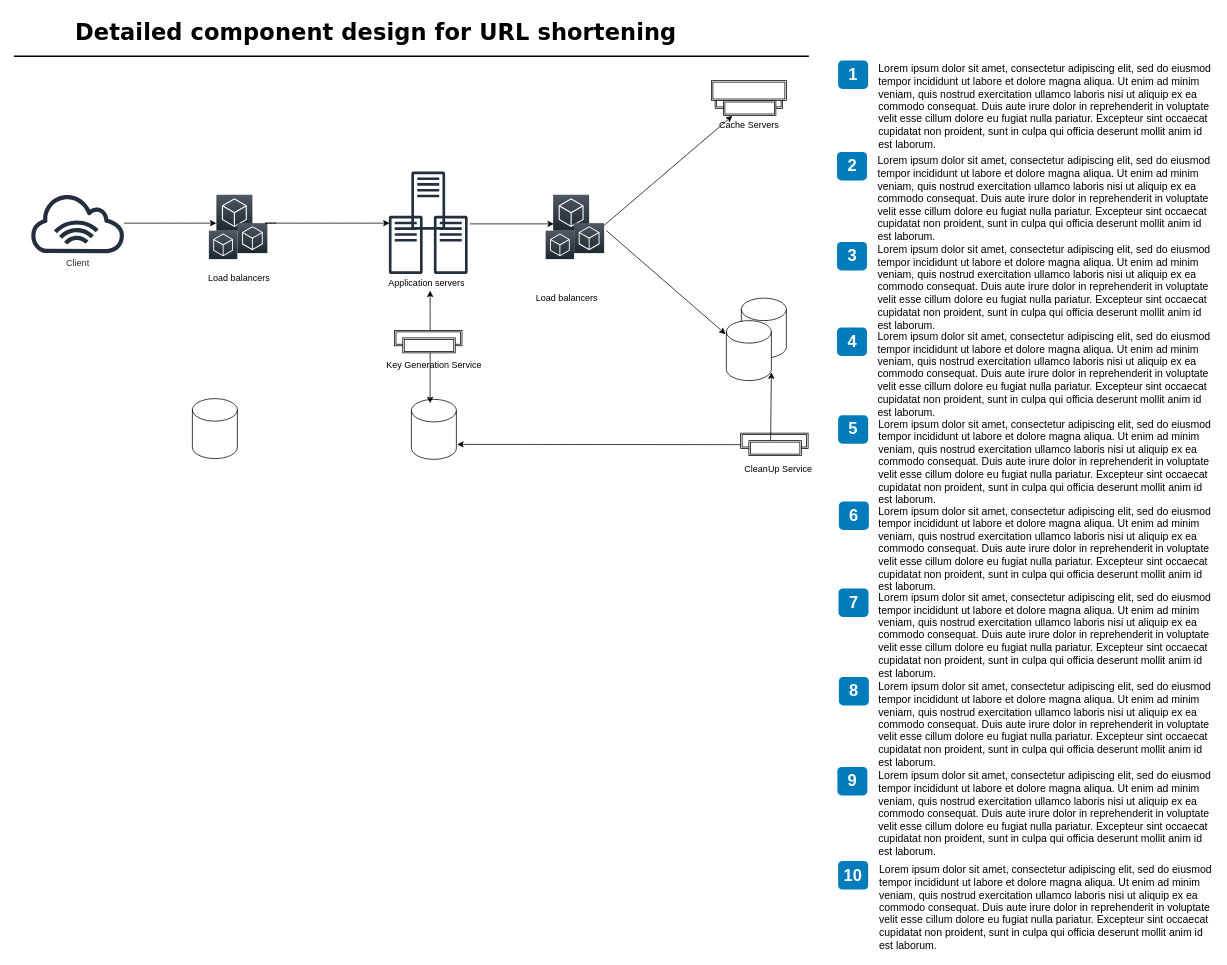
Above: Detailed component design for URL shortening.drawio in PankajSAgarwal/System-Design (draw.io), before the change. Source tidied: cells renumbered, new cells numbered last; positions are measured from the earlier drawing's top-left corner, leaving out a move shared by most shapes. Both pictures are drawn from the tidied source at 75%, with x=0, y=0 at pixel (14, 13).
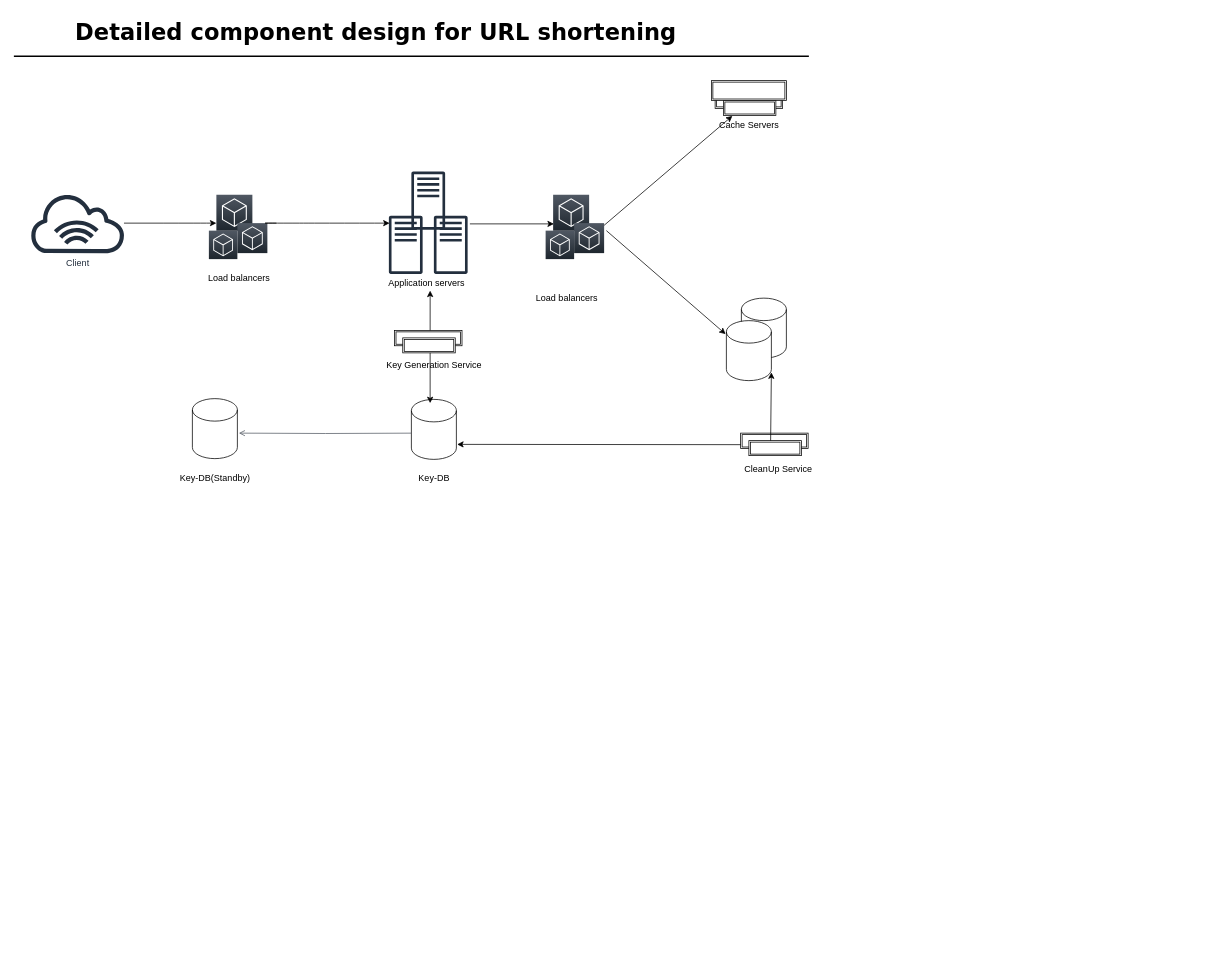
After the change.

Unchanged cells that the change refers to:
```xml
<mxCell id="34" style="shape=cylinder2;whiteSpace=wrap;html=1;boundedLbl=1;backgroundOutline=1;size=15;" parent="1" vertex="1">
  <mxGeometry x="530" y="515" width="60" height="80" as="geometry" />
</mxCell>
```

The edit, as a diff of the source:
```diff
@@
-    <mxCell id="4" value="1" style="rounded=1;whiteSpace=wrap;html=1;fillColor=#007CBD;strokeColor=none;fontColor=#FFFFFF;fontStyle=1;fontSize=22;labelBackgroundColor=none;" parent="1" vertex="1">
-      <mxGeometry x="1099" y="63" width="40" height="38" as="geometry" />
-    </mxCell>
-    <mxCell id="5" value="2" style="rounded=1;whiteSpace=wrap;html=1;fillColor=#007CBD;strokeColor=none;fontColor=#FFFFFF;fontStyle=1;fontSize=22;labelBackgroundColor=none;" parent="1" vertex="1">
-      <mxGeometry x="1097.5" y="185" width="40" height="38" as="geometry" />
-    </mxCell>
-    <mxCell id="6" value="3" style="rounded=1;whiteSpace=wrap;html=1;fillColor=#007CBD;strokeColor=none;fontColor=#FFFFFF;fontStyle=1;fontSize=22;labelBackgroundColor=none;" parent="1" vertex="1">
-      <mxGeometry x="1097.5" y="305" width="40" height="38" as="geometry" />
-    </mxCell>
-    <mxCell id="7" value="4" style="rounded=1;whiteSpace=wrap;html=1;fillColor=#007CBD;strokeColor=none;fontColor=#FFFFFF;fontStyle=1;fontSize=22;labelBackgroundColor=none;" parent="1" vertex="1">
-      <mxGeometry x="1097.5" y="419" width="40" height="38" as="geometry" />
-    </mxCell>
-    <mxCell id="8" value="5" style="rounded=1;whiteSpace=wrap;html=1;fillColor=#007CBD;strokeColor=none;fontColor=#FFFFFF;fontStyle=1;fontSize=22;labelBackgroundColor=none;" parent="1" vertex="1">
-      <mxGeometry x="1099" y="536" width="40" height="38" as="geometry" />
-    </mxCell>
-    <mxCell id="9" value="6" style="rounded=1;whiteSpace=wrap;html=1;fillColor=#007CBD;strokeColor=none;fontColor=#FFFFFF;fontStyle=1;fontSize=22;labelBackgroundColor=none;" parent="1" vertex="1">
-      <mxGeometry x="1100" y="651" width="40" height="38" as="geometry" />
-    </mxCell>
-    <mxCell id="10" value="7" style="rounded=1;whiteSpace=wrap;html=1;fillColor=#007CBD;strokeColor=none;fontColor=#FFFFFF;fontStyle=1;fontSize=22;labelBackgroundColor=none;" parent="1" vertex="1">
-      <mxGeometry x="1099.5" y="767" width="40" height="38" as="geometry" />
-    </mxCell>
-    <mxCell id="11" value="8" style="rounded=1;whiteSpace=wrap;html=1;fillColor=#007CBD;strokeColor=none;fontColor=#FFFFFF;fontStyle=1;fontSize=22;labelBackgroundColor=none;" parent="1" vertex="1">
-      <mxGeometry x="1100" y="885" width="40" height="38" as="geometry" />
-    </mxCell>
-    <mxCell id="12" value="9" style="rounded=1;whiteSpace=wrap;html=1;fillColor=#007CBD;strokeColor=none;fontColor=#FFFFFF;fontStyle=1;fontSize=22;labelBackgroundColor=none;" parent="1" vertex="1">
-      <mxGeometry x="1098" y="1005" width="40" height="38" as="geometry" />
-    </mxCell>
-    <mxCell id="13" value="&lt;span&gt;Lorem ipsum dolor sit amet, consectetur adipiscing elit, sed do eiusmod tempor incididunt ut labore et dolore magna aliqua. Ut enim ad minim veniam, quis nostrud exercitation ullamco laboris nisi ut aliquip ex ea commodo consequat. Duis aute irure dolor in reprehenderit in voluptate velit esse cillum dolore eu fugiat nulla pariatur. Excepteur sint occaecat cupidatat non proident, sunt in culpa qui officia deserunt mollit anim id est laborum.&lt;/span&gt;&lt;br&gt;" style="text;html=1;align=left;verticalAlign=top;spacingTop=-4;fontSize=14;labelBackgroundColor=none;whiteSpace=wrap;" parent="1" vertex="1">
-      <mxGeometry x="1150.5" y="62.5" width="449" height="118" as="geometry" />
-    </mxCell>
-    <mxCell id="14" value="&lt;span&gt;Lorem ipsum dolor sit amet, consectetur adipiscing elit, sed do eiusmod tempor incididunt ut labore et dolore magna aliqua. Ut enim ad minim veniam, quis nostrud exercitation ullamco laboris nisi ut aliquip ex ea commodo consequat. Duis aute irure dolor in reprehenderit in voluptate velit esse cillum dolore eu fugiat nulla pariatur. Excepteur sint occaecat cupidatat non proident, sunt in culpa qui officia deserunt mollit anim id est laborum.&lt;/span&gt;&lt;br&gt;" style="text;html=1;align=left;verticalAlign=top;spacingTop=-4;fontSize=14;labelBackgroundColor=none;whiteSpace=wrap;" parent="1" vertex="1">
-      <mxGeometry x="1149.5" y="185.5" width="450" height="115" as="geometry" />
-    </mxCell>
-    <mxCell id="15" value="&lt;span&gt;Lorem ipsum dolor sit amet, consectetur adipiscing elit, sed do eiusmod tempor incididunt ut labore et dolore magna aliqua. Ut enim ad minim veniam, quis nostrud exercitation ullamco laboris nisi ut aliquip ex ea commodo consequat. Duis aute irure dolor in reprehenderit in voluptate velit esse cillum dolore eu fugiat nulla pariatur. Excepteur sint occaecat cupidatat non proident, sunt in culpa qui officia deserunt mollit anim id est laborum.&lt;/span&gt;&lt;br&gt;" style="text;html=1;align=left;verticalAlign=top;spacingTop=-4;fontSize=14;labelBackgroundColor=none;whiteSpace=wrap;" parent="1" vertex="1">
-      <mxGeometry x="1149.5" y="303.5" width="450" height="117" as="geometry" />
-    </mxCell>
-    <mxCell id="16" value="&lt;span&gt;Lorem ipsum dolor sit amet, consectetur adipiscing elit, sed do eiusmod tempor incididunt ut labore et dolore magna aliqua. Ut enim ad minim veniam, quis nostrud exercitation ullamco laboris nisi ut aliquip ex ea commodo consequat. Duis aute irure dolor in reprehenderit in voluptate velit esse cillum dolore eu fugiat nulla pariatur. Excepteur sint occaecat cupidatat non proident, sunt in culpa qui officia deserunt mollit anim id est laborum.&lt;/span&gt;&lt;br&gt;" style="text;html=1;align=left;verticalAlign=top;spacingTop=-4;fontSize=14;labelBackgroundColor=none;whiteSpace=wrap;" parent="1" vertex="1">
-      <mxGeometry x="1149.5" y="419.5" width="450" height="121" as="geometry" />
-    </mxCell>
-    <mxCell id="17" value="&lt;span&gt;Lorem ipsum dolor sit amet, consectetur adipiscing elit, sed do eiusmod tempor incididunt ut labore et dolore magna aliqua. Ut enim ad minim veniam, quis nostrud exercitation ullamco laboris nisi ut aliquip ex ea commodo consequat. Duis aute irure dolor in reprehenderit in voluptate velit esse cillum dolore eu fugiat nulla pariatur. Excepteur sint occaecat cupidatat non proident, sunt in culpa qui officia deserunt mollit anim id est laborum.&lt;/span&gt;&lt;br&gt;" style="text;html=1;align=left;verticalAlign=top;spacingTop=-4;fontSize=14;labelBackgroundColor=none;whiteSpace=wrap;" parent="1" vertex="1">
-      <mxGeometry x="1150.5" y="536.5" width="449" height="114" as="geometry" />
-    </mxCell>
-    <mxCell id="18" value="&lt;span&gt;Lorem ipsum dolor sit amet, consectetur adipiscing elit, sed do eiusmod tempor incididunt ut labore et dolore magna aliqua. Ut enim ad minim veniam, quis nostrud exercitation ullamco laboris nisi ut aliquip ex ea commodo consequat. Duis aute irure dolor in reprehenderit in voluptate velit esse cillum dolore eu fugiat nulla pariatur. Excepteur sint occaecat cupidatat non proident, sunt in culpa qui officia deserunt mollit anim id est laborum.&lt;/span&gt;&lt;br&gt;" style="text;html=1;align=left;verticalAlign=top;spacingTop=-4;fontSize=14;labelBackgroundColor=none;whiteSpace=wrap;" parent="1" vertex="1">
-      <mxGeometry x="1150.5" y="652.5" width="450" height="118" as="geometry" />
-    </mxCell>
-    <mxCell id="19" value="&lt;span&gt;Lorem ipsum dolor sit amet, consectetur adipiscing elit, sed do eiusmod tempor incididunt ut labore et dolore magna aliqua. Ut enim ad minim veniam, quis nostrud exercitation ullamco laboris nisi ut aliquip ex ea commodo consequat. Duis aute irure dolor in reprehenderit in voluptate velit esse cillum dolore eu fugiat nulla pariatur. Excepteur sint occaecat cupidatat non proident, sunt in culpa qui officia deserunt mollit anim id est laborum.&lt;/span&gt;&lt;br&gt;" style="text;html=1;align=left;verticalAlign=top;spacingTop=-4;fontSize=14;labelBackgroundColor=none;whiteSpace=wrap;" parent="1" vertex="1">
-      <mxGeometry x="1150.5" y="767.5" width="449" height="113" as="geometry" />
-    </mxCell>
-    <mxCell id="20" value="&lt;span&gt;Lorem ipsum dolor sit amet, consectetur adipiscing elit, sed do eiusmod tempor incididunt ut labore et dolore magna aliqua. Ut enim ad minim veniam, quis nostrud exercitation ullamco laboris nisi ut aliquip ex ea commodo consequat. Duis aute irure dolor in reprehenderit in voluptate velit esse cillum dolore eu fugiat nulla pariatur. Excepteur sint occaecat cupidatat non proident, sunt in culpa qui officia deserunt mollit anim id est laborum.&lt;/span&gt;&lt;br&gt;" style="text;html=1;align=left;verticalAlign=top;spacingTop=-4;fontSize=14;labelBackgroundColor=none;whiteSpace=wrap;" parent="1" vertex="1">
-      <mxGeometry x="1150.5" y="886.5" width="449" height="124" as="geometry" />
-    </mxCell>
-    <mxCell id="21" value="&lt;span&gt;Lorem ipsum dolor sit amet, consectetur adipiscing elit, sed do eiusmod tempor incididunt ut labore et dolore magna aliqua. Ut enim ad minim veniam, quis nostrud exercitation ullamco laboris nisi ut aliquip ex ea commodo consequat. Duis aute irure dolor in reprehenderit in voluptate velit esse cillum dolore eu fugiat nulla pariatur. Excepteur sint occaecat cupidatat non proident, sunt in culpa qui officia deserunt mollit anim id est laborum.&lt;/span&gt;&lt;br&gt;" style="text;html=1;align=left;verticalAlign=top;spacingTop=-4;fontSize=14;labelBackgroundColor=none;whiteSpace=wrap;" parent="1" vertex="1">
-      <mxGeometry x="1150.5" y="1005.5" width="449" height="115" as="geometry" />
-    </mxCell>
-    <mxCell id="22" value="10" style="rounded=1;whiteSpace=wrap;html=1;fillColor=#007CBD;strokeColor=none;fontColor=#FFFFFF;fontStyle=1;fontSize=22;labelBackgroundColor=none;" parent="1" vertex="1">
-      <mxGeometry x="1099" y="1130.5" width="40" height="38" as="geometry" />
-    </mxCell>
-    <mxCell id="23" value="&lt;span&gt;Lorem ipsum dolor sit amet, consectetur adipiscing elit, sed do eiusmod tempor incididunt ut labore et dolore magna aliqua. Ut enim ad minim veniam, quis nostrud exercitation ullamco laboris nisi ut aliquip ex ea commodo consequat. Duis aute irure dolor in reprehenderit in voluptate velit esse cillum dolore eu fugiat nulla pariatur. Excepteur sint occaecat cupidatat non proident, sunt in culpa qui officia deserunt mollit anim id est laborum.&lt;/span&gt;&lt;br&gt;" style="text;html=1;align=left;verticalAlign=top;spacingTop=-4;fontSize=14;labelBackgroundColor=none;whiteSpace=wrap;" parent="1" vertex="1">
-      <mxGeometry x="1151.5" y="1131" width="449" height="115" as="geometry" />
-    </mxCell>
@@
+    <mxCell id="60" value="Key-DB" style="text;html=1;align=center;verticalAlign=middle;" parent="1" vertex="1">
+      <mxGeometry x="530" y="610" width="60" height="20" as="geometry" />
+    </mxCell>
+    <mxCell id="61" value="Key-DB(Standby)" style="text;html=1;align=center;verticalAlign=middle;" parent="1" vertex="1">
+      <mxGeometry x="213" y="610" width="110" height="20" as="geometry" />
+    </mxCell>
+    <mxCell id="62" style="edgeStyle=orthogonalEdgeStyle;html=1;endArrow=none;elbow=vertical;startArrow=open;startFill=0;strokeColor=#545B64;rounded=0;entryX=0;entryY=0.563;entryDx=0;entryDy=0;entryPerimeter=0;" parent="1" edge="1" target="34">
+      <mxGeometry relative="1" as="geometry">
+        <mxPoint x="300" y="560" as="sourcePoint" />
+      </mxGeometry>
+    </mxCell>
```
